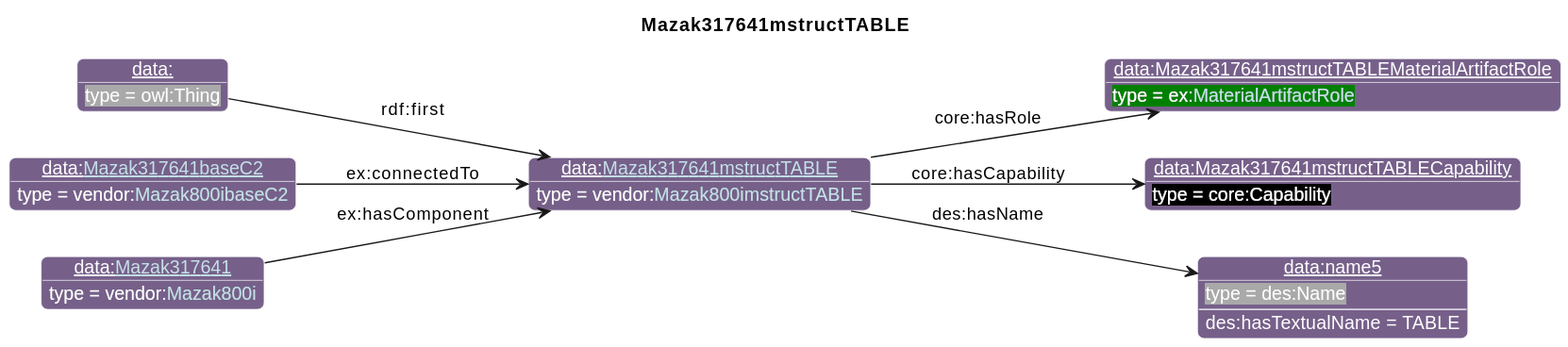
The PlantUML diagram diagrams/Mazak317641mstructTABLE.svg in iofoundry/example-syseng-mtconnect, before a commit.
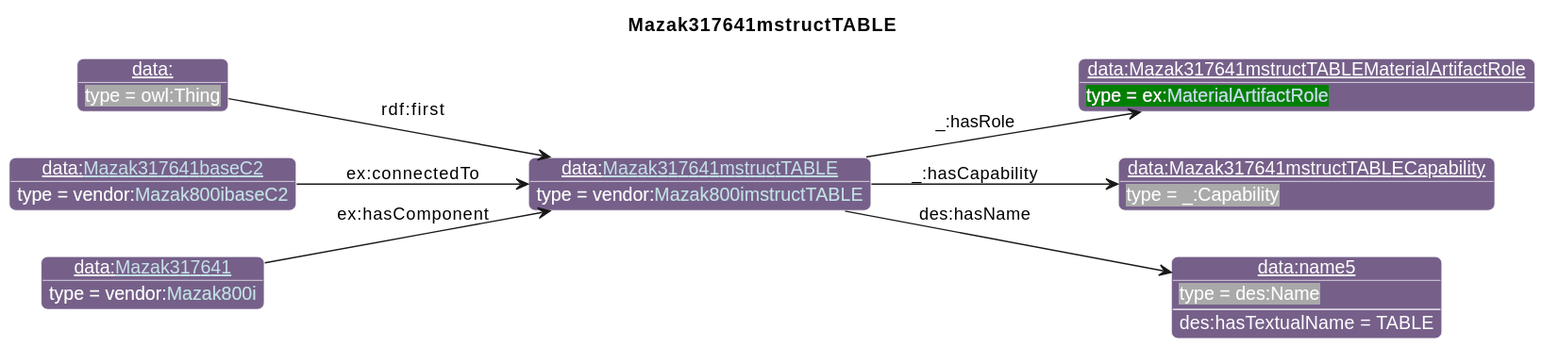
The same file after the commit.

The edit, as a diff of the source:
```diff
@@ -27,13 +27,13 @@
       }
 individual(o0, data:[[./Mazak317641mstructTABLE.html Mazak317641mstructTABLE]], vendor:[[../Mazak.html#Mazak800imstructTABLE Mazak800imstructTABLE]])
 individual(o1, data:Mazak317641mstructTABLEMaterialArtifactRole, ex:[[../Example.html#MaterialArtifactRole MaterialArtifactRole]])
-individual(o2, data:Mazak317641mstructTABLECapability, core:Capability)
+individual(o2, data:Mazak317641mstructTABLECapability, _:Capability)
 individual(o3, data:name5, des:Name)
 individual(o4, data:, owl:Thing)
 individual(o5, data:[[./Mazak317641baseC2.html Mazak317641baseC2]], vendor:[[../Mazak.html#Mazak800ibaseC2 Mazak800ibaseC2]])
 individual(o6, data:[[./Mazak317641.html Mazak317641]], vendor:[[../Mazak.html#Mazak800i Mazak800i]])
-property(o0, "core:hasRole", o1)
-property(o0, "core:hasCapability", o2)
+property(o0, "_:hasRole", o1)
+property(o0, "_:hasCapability", o2)
 property(o0, "des:hasName", o3)
 data(o3, "des:hasTextualName", "TABLE")
 property(o4, "rdf:first", o0)
```
